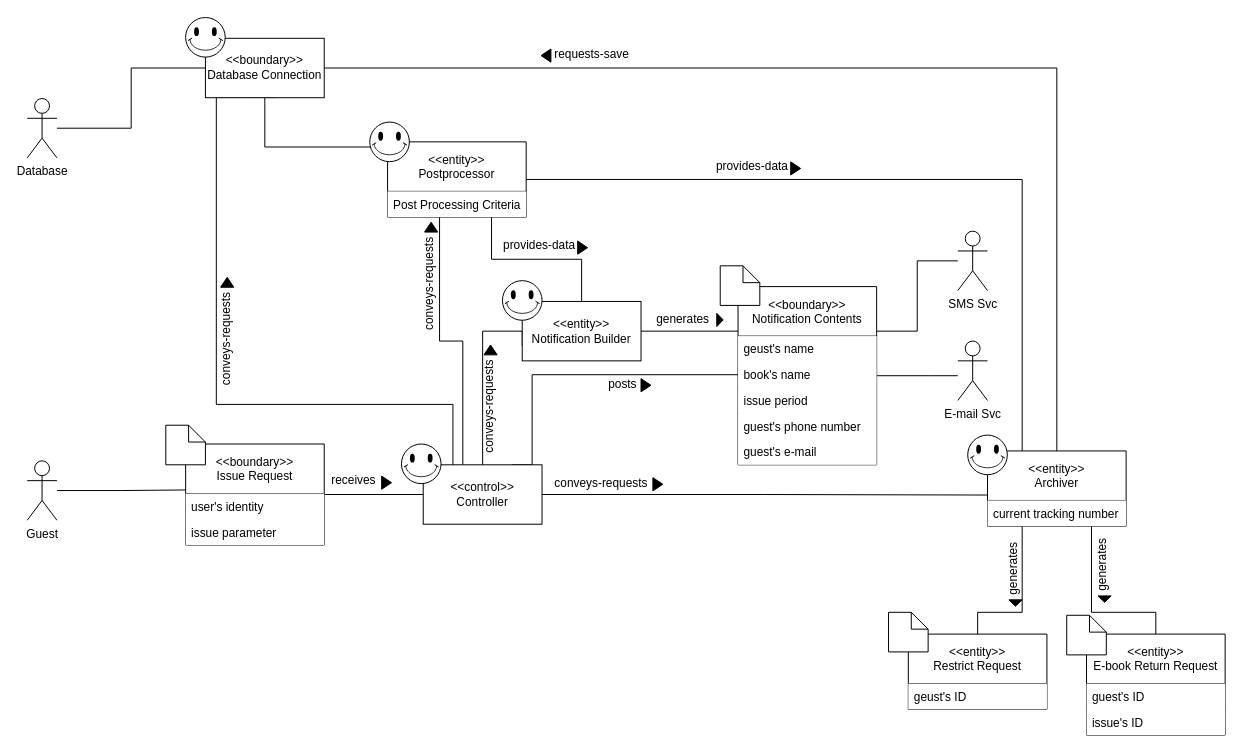
Before: docs/DomainModels/diagrams/DM-UC-13.drawio in youngkwon02/Enhanced-library-management, a draw.io diagram. Source tidied: cells renumbered, new cells numbered last; positions are measured from the earlier drawing's top-left corner, leaving out a move shared by most shapes. Both pictures are drawn from the tidied source at 99%, with x=0, y=0 at pixel (27, 17).
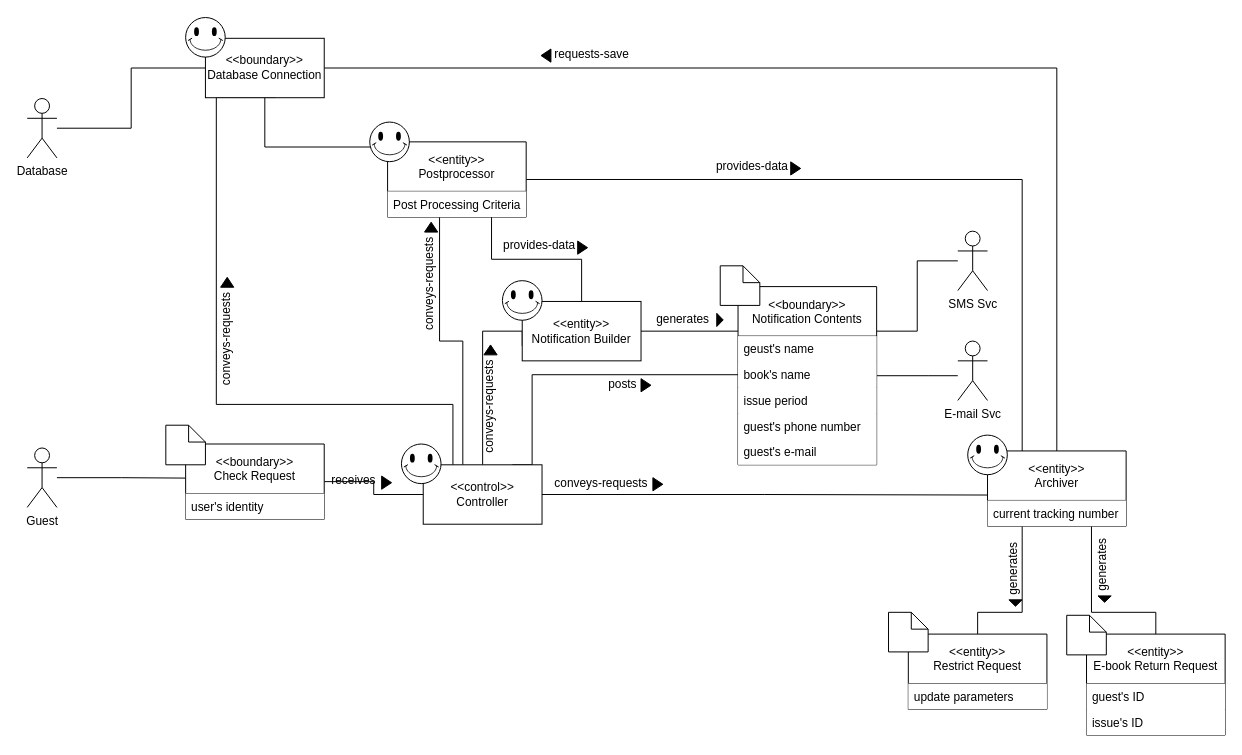
Above is the later version.

The change refers to these unchanged cells:
```xml
<mxCell id="40" value="&lt;&lt;entity&gt;&gt;&#10;Restrict Request" style="swimlane;fontStyle=0;horizontal=1;startSize=50;" parent="1" vertex="1">
  <mxGeometry x="890" y="623" width="140" height="76" as="geometry" />
</mxCell>
```

Diff of the diagram source:
```diff
@@
     <mxCell id="14" value="Guest" style="shape=umlActor;verticalLabelPosition=bottom;verticalAlign=top;html=1;outlineConnect=0;" parent="1" vertex="1">
-      <mxGeometry y="448" width="30" height="60" as="geometry" />
+      <mxGeometry y="435" width="30" height="60" as="geometry" />
     </mxCell>
@@
-    <mxCell id="16" value="&lt;&lt;boundary&gt;&gt;&#10;Issue Request" style="swimlane;fontStyle=0;horizontal=1;startSize=50;" parent="1" vertex="1">
-      <mxGeometry x="160" y="431" width="140" height="102" as="geometry" />
+    <mxCell id="16" value="&lt;&lt;boundary&gt;&gt;&#10;Check Request" style="swimlane;fontStyle=0;horizontal=1;startSize=50;" parent="1" vertex="1">
+      <mxGeometry x="160" y="431" width="140" height="76" as="geometry" />
     </mxCell>
@@
-    <mxCell id="18" value="issue parameter" style="text;align=left;verticalAlign=top;spacingLeft=4;spacingRight=4;overflow=hidden;fillColor=#ffffff;" parent="16" vertex="1">
-      <mxGeometry y="76" width="140" height="26" as="geometry" />
-    </mxCell>
@@
-    <mxCell id="41" value="geust's ID" style="text;align=left;verticalAlign=top;spacingLeft=4;spacingRight=4;overflow=hidden;fillColor=#ffffff;" parent="40" vertex="1">
+    <mxCell id="41" value="update parameters" style="text;align=left;verticalAlign=top;spacingLeft=4;spacingRight=4;overflow=hidden;fillColor=#ffffff;" parent="40" vertex="1">
       <mxGeometry y="50" width="140" height="26" as="geometry" />
     </mxCell>
```
